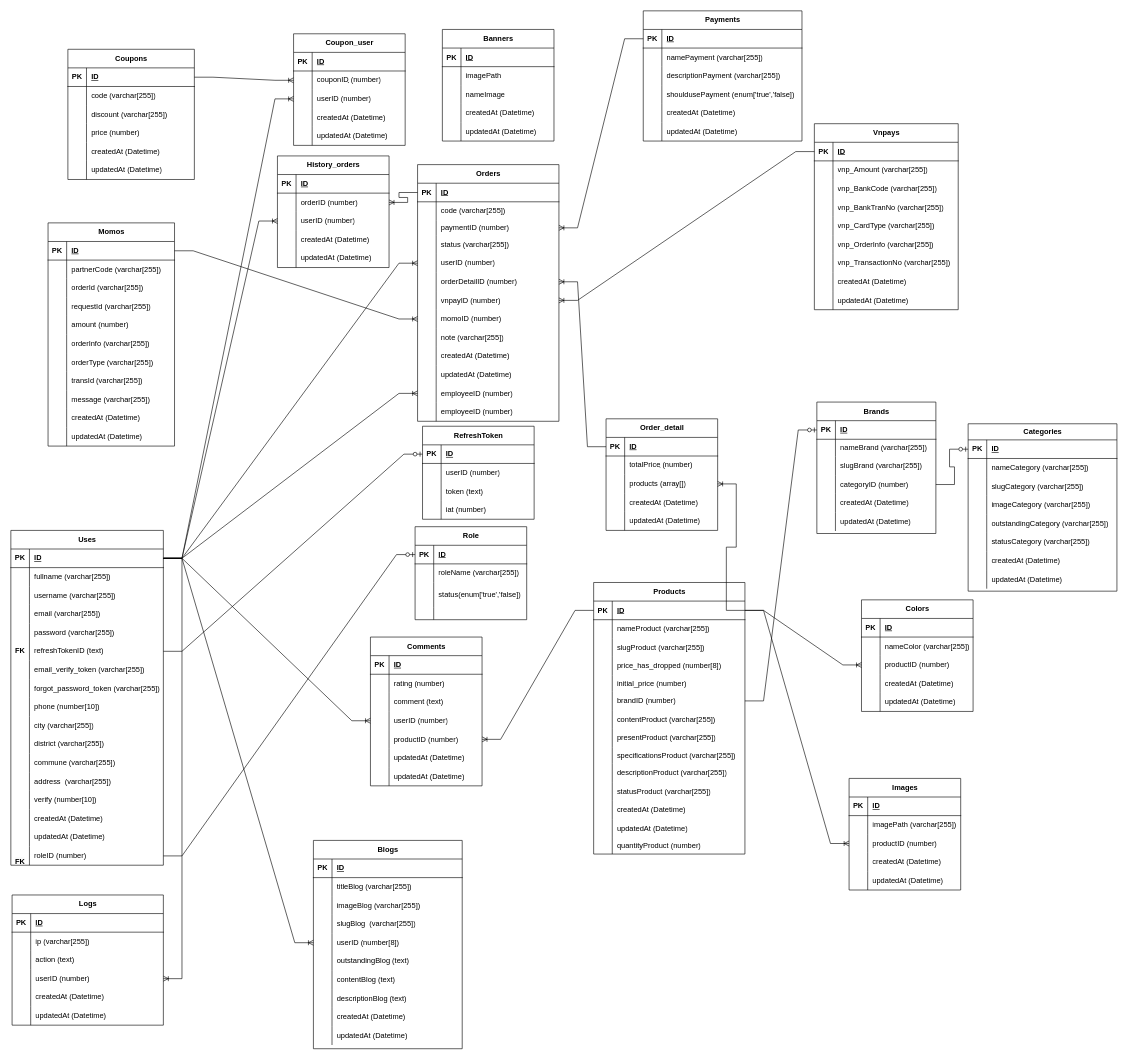
The draw.io diagram src/doan.drawio in QuocHuy03/HoangHaPC, before the edit. Source tidied: cells renumbered, new cells numbered last; positions are measured from the earlier drawing's top-left corner, leaving out a move shared by most shapes. Both pictures are drawn from the tidied source at 62%, with x=0, y=0 at pixel (11, -53).
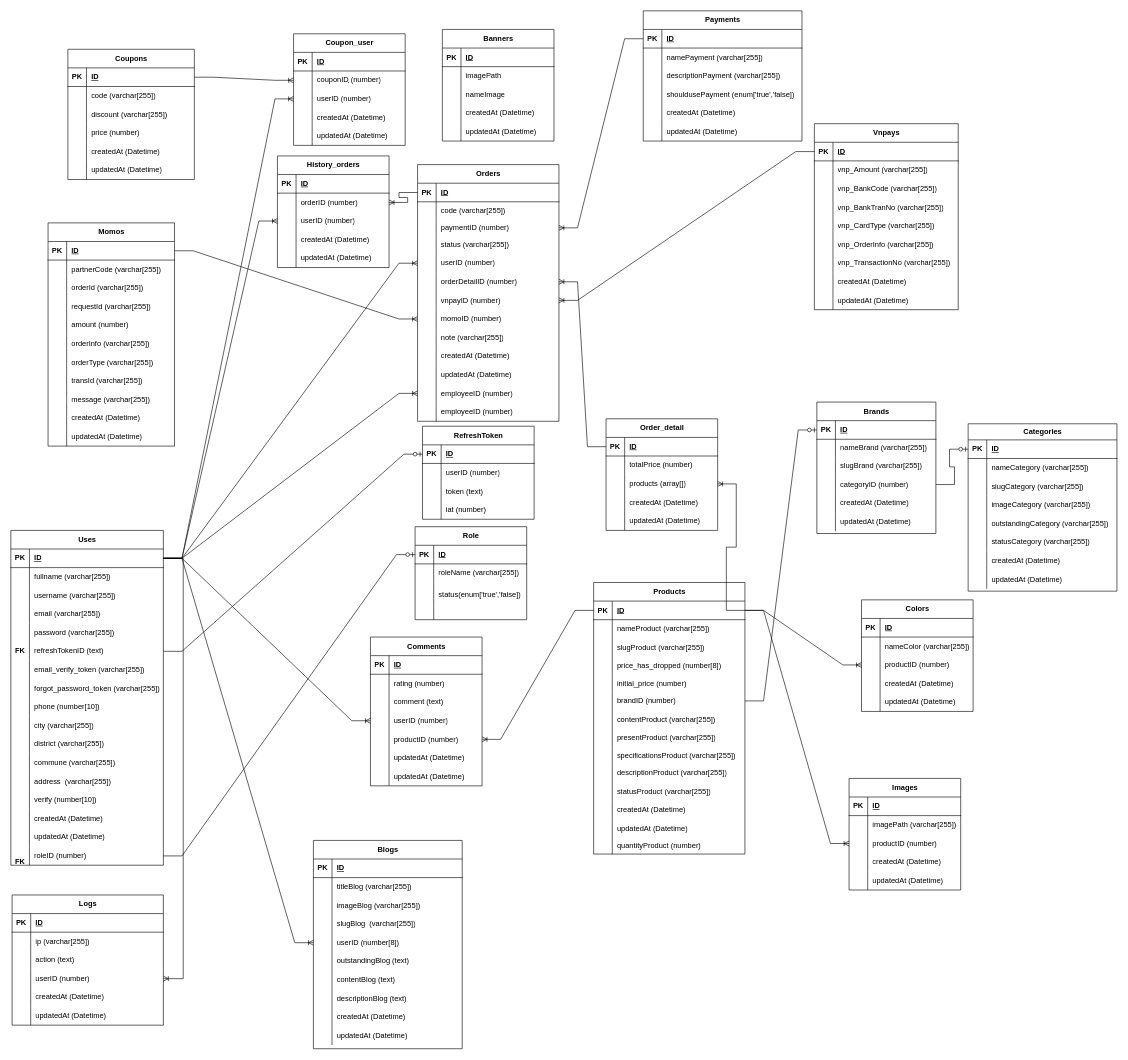
Above is the later version.

Commit message:
Cập nhật doan.drawio

Unchanged cells that the change refers to:
```xml
<mxCell id="3" style="shape=tableRow;horizontal=0;startSize=0;swimlaneHead=0;swimlaneBody=0;fillColor=none;points=[[0,0.5],[1,0.5]];portConstraint=eastwest;top=0;left=0;right=0;bottom=1;" parent="2" vertex="1">
  <mxGeometry y="30" width="246" height="30" as="geometry" />
</mxCell>
<mxCell id="290" style="shape=tableRow;horizontal=0;startSize=0;swimlaneHead=0;swimlaneBody=0;fillColor=none;points=[[0,0.5],[1,0.5]];portConstraint=eastwest;top=0;left=0;right=0;bottom=0;" parent="280" vertex="1">
  <mxGeometry y="120" width="244" height="30" as="geometry" />
</mxCell>
```

Diff of the diagram source:
```diff
@@
-    <mxCell id="299" style="edgeStyle=entityRelationEdgeStyle;fontSize=12;html=1;endArrow=ERoneToMany;rounded=0;exitX=1;exitY=0.5;exitDx=0;exitDy=0;" parent="1" edge="1" source="3" target="290">
+    <mxCell id="299" style="edgeStyle=entityRelationEdgeStyle;fontSize=12;html=1;endArrow=ERoneToMany;rounded=0;" parent="1" edge="1" target="290">
       <mxGeometry relative="1" as="geometry">
+        <mxPoint x="248" y="985" as="sourcePoint" />
         <Array as="points">
           <mxPoint x="436" y="1707" />
           <mxPoint x="412" y="1360" />
           <mxPoint x="256" y="1628" />
           <mxPoint x="966" y="1170" />
           <mxPoint x="714" y="1368" />
           <mxPoint x="942" y="1178" />
           <mxPoint x="872" y="1029" />
           <mxPoint x="362" y="1176" />
         </Array>
       </mxGeometry>
     </mxCell>
```
